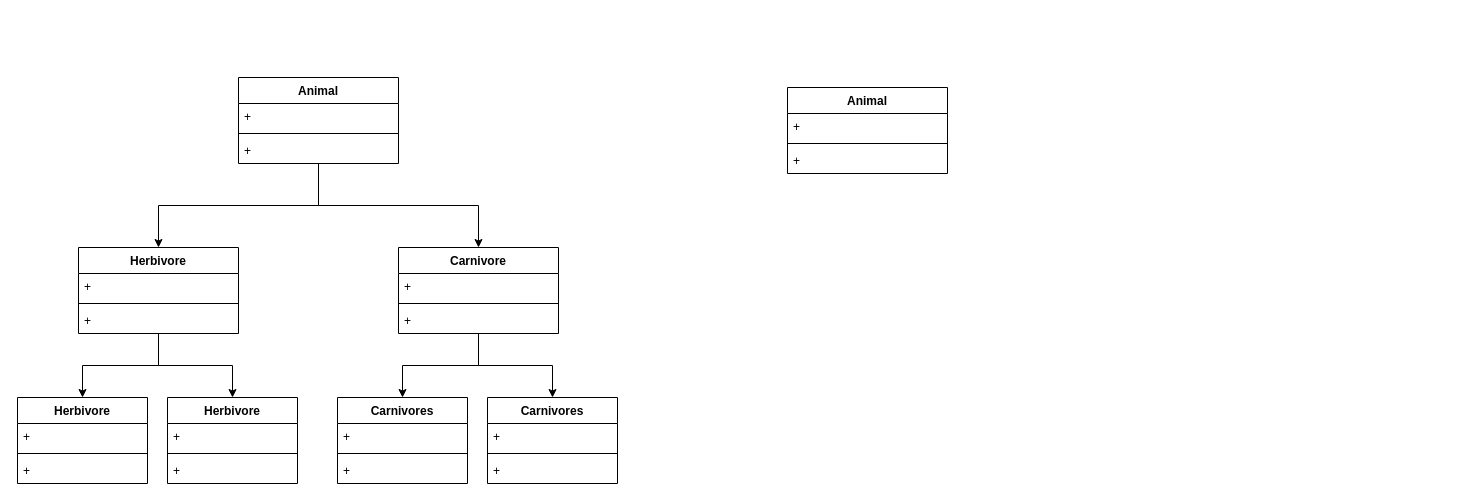
Before: soft tech uml Diagram.drawio in summertx/uml, a draw.io diagram. Source tidied: cells renumbered, new cells numbered last; positions are measured from the earlier drawing's top-left corner, leaving out a move shared by most shapes. Both pictures are drawn from the tidied source at 100%, with x=0, y=0 at pixel (17, 77).
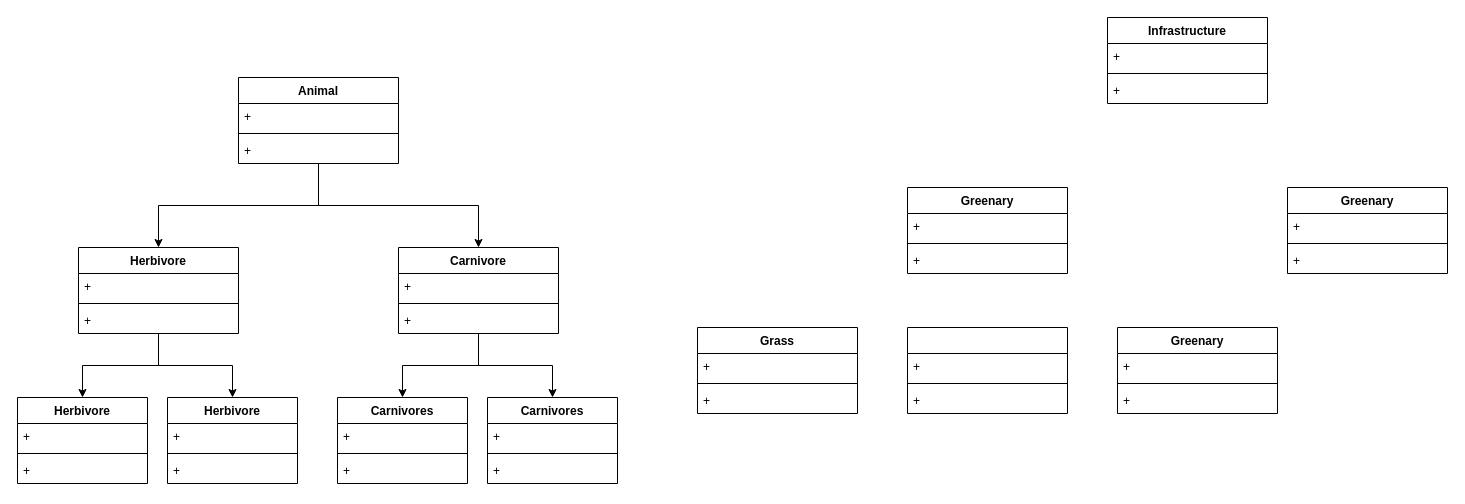
After the change.

Diff of the diagram source:
```diff
@@
-    <mxCell id="36" value="Animal" style="swimlane;fontStyle=1;align=center;verticalAlign=top;horizontal=1;startSize=26;whiteSpace=wrap;html=1;" parent="1" vertex="1">
-      <mxGeometry x="770" y="10" width="160" height="86" as="geometry" />
+    <mxCell id="36" value="Infrastructure" style="swimlane;fontStyle=1;align=center;verticalAlign=top;horizontal=1;startSize=26;whiteSpace=wrap;html=1;" parent="1" vertex="1">
+      <mxGeometry x="1090" y="-60" width="160" height="86" as="geometry" />
     </mxCell>
@@
+    <mxCell id="40" value="Greenary" style="swimlane;fontStyle=1;align=center;verticalAlign=top;horizontal=1;startSize=26;whiteSpace=wrap;html=1;" parent="1" vertex="1">
+      <mxGeometry x="890" y="110" width="160" height="86" as="geometry" />
+    </mxCell>
+    <mxCell id="41" value="+&amp;nbsp;" style="text;strokeColor=none;fillColor=none;align=left;verticalAlign=top;spacingLeft=4;spacingRight=4;overflow=hidden;whiteSpace=wrap;html=1;" parent="40" vertex="1">
+      <mxGeometry y="26" width="160" height="26" as="geometry" />
+    </mxCell>
+    <mxCell id="42" style="line;strokeWidth=1;fillColor=none;align=left;verticalAlign=middle;spacingTop=-1;spacingLeft=3;spacingRight=3;labelPosition=right;strokeColor=inherit;" parent="40" vertex="1">
+      <mxGeometry y="52" width="160" height="8" as="geometry" />
+    </mxCell>
+    <mxCell id="43" value="+" style="text;strokeColor=none;fillColor=none;align=left;verticalAlign=top;spacingLeft=4;spacingRight=4;overflow=hidden;whiteSpace=wrap;html=1;" parent="40" vertex="1">
+      <mxGeometry y="60" width="160" height="26" as="geometry" />
+    </mxCell>
+    <mxCell id="44" value="Grass" style="swimlane;fontStyle=1;align=center;verticalAlign=top;horizontal=1;startSize=26;whiteSpace=wrap;html=1;" parent="1" vertex="1">
+      <mxGeometry x="680" y="250" width="160" height="86" as="geometry" />
+    </mxCell>
+    <mxCell id="45" value="+&amp;nbsp;" style="text;strokeColor=none;fillColor=none;align=left;verticalAlign=top;spacingLeft=4;spacingRight=4;overflow=hidden;whiteSpace=wrap;html=1;" parent="44" vertex="1">
+      <mxGeometry y="26" width="160" height="26" as="geometry" />
+    </mxCell>
+    <mxCell id="46" style="line;strokeWidth=1;fillColor=none;align=left;verticalAlign=middle;spacingTop=-1;spacingLeft=3;spacingRight=3;labelPosition=right;strokeColor=inherit;" parent="44" vertex="1">
+      <mxGeometry y="52" width="160" height="8" as="geometry" />
+    </mxCell>
+    <mxCell id="47" value="+" style="text;strokeColor=none;fillColor=none;align=left;verticalAlign=top;spacingLeft=4;spacingRight=4;overflow=hidden;whiteSpace=wrap;html=1;" parent="44" vertex="1">
+      <mxGeometry y="60" width="160" height="26" as="geometry" />
+    </mxCell>
+    <mxCell id="48" value="Greenary" style="swimlane;fontStyle=1;align=center;verticalAlign=top;horizontal=1;startSize=26;whiteSpace=wrap;html=1;" parent="1" vertex="1">
+      <mxGeometry x="1100" y="250" width="160" height="86" as="geometry" />
+    </mxCell>
+    <mxCell id="49" value="+&amp;nbsp;" style="text;strokeColor=none;fillColor=none;align=left;verticalAlign=top;spacingLeft=4;spacingRight=4;overflow=hidden;whiteSpace=wrap;html=1;" parent="48" vertex="1">
+      <mxGeometry y="26" width="160" height="26" as="geometry" />
+    </mxCell>
+    <mxCell id="50" style="line;strokeWidth=1;fillColor=none;align=left;verticalAlign=middle;spacingTop=-1;spacingLeft=3;spacingRight=3;labelPosition=right;strokeColor=inherit;" parent="48" vertex="1">
+      <mxGeometry y="52" width="160" height="8" as="geometry" />
+    </mxCell>
+    <mxCell id="51" value="+" style="text;strokeColor=none;fillColor=none;align=left;verticalAlign=top;spacingLeft=4;spacingRight=4;overflow=hidden;whiteSpace=wrap;html=1;" parent="48" vertex="1">
+      <mxGeometry y="60" width="160" height="26" as="geometry" />
+    </mxCell>
+    <mxCell id="52" value="Greenary" style="swimlane;fontStyle=1;align=center;verticalAlign=top;horizontal=1;startSize=26;whiteSpace=wrap;html=1;" parent="1" vertex="1">
+      <mxGeometry x="1270" y="110" width="160" height="86" as="geometry" />
+    </mxCell>
+    <mxCell id="53" value="+&amp;nbsp;" style="text;strokeColor=none;fillColor=none;align=left;verticalAlign=top;spacingLeft=4;spacingRight=4;overflow=hidden;whiteSpace=wrap;html=1;" parent="52" vertex="1">
+      <mxGeometry y="26" width="160" height="26" as="geometry" />
+    </mxCell>
+    <mxCell id="54" style="line;strokeWidth=1;fillColor=none;align=left;verticalAlign=middle;spacingTop=-1;spacingLeft=3;spacingRight=3;labelPosition=right;strokeColor=inherit;" parent="52" vertex="1">
+      <mxGeometry y="52" width="160" height="8" as="geometry" />
+    </mxCell>
+    <mxCell id="55" value="+" style="text;strokeColor=none;fillColor=none;align=left;verticalAlign=top;spacingLeft=4;spacingRight=4;overflow=hidden;whiteSpace=wrap;html=1;" parent="52" vertex="1">
+      <mxGeometry y="60" width="160" height="26" as="geometry" />
+    </mxCell>
+    <mxCell id="56" style="swimlane;fontStyle=1;align=center;verticalAlign=top;horizontal=1;startSize=26;whiteSpace=wrap;html=1;" parent="1" vertex="1">
+      <mxGeometry x="890" y="250" width="160" height="86" as="geometry" />
+    </mxCell>
+    <mxCell id="57" value="+&amp;nbsp;" style="text;strokeColor=none;fillColor=none;align=left;verticalAlign=top;spacingLeft=4;spacingRight=4;overflow=hidden;whiteSpace=wrap;html=1;" parent="56" vertex="1">
+      <mxGeometry y="26" width="160" height="26" as="geometry" />
+    </mxCell>
+    <mxCell id="58" style="line;strokeWidth=1;fillColor=none;align=left;verticalAlign=middle;spacingTop=-1;spacingLeft=3;spacingRight=3;labelPosition=right;strokeColor=inherit;" parent="56" vertex="1">
+      <mxGeometry y="52" width="160" height="8" as="geometry" />
+    </mxCell>
+    <mxCell id="59" value="+" style="text;strokeColor=none;fillColor=none;align=left;verticalAlign=top;spacingLeft=4;spacingRight=4;overflow=hidden;whiteSpace=wrap;html=1;" parent="56" vertex="1">
+      <mxGeometry y="60" width="160" height="26" as="geometry" />
+    </mxCell>
```
